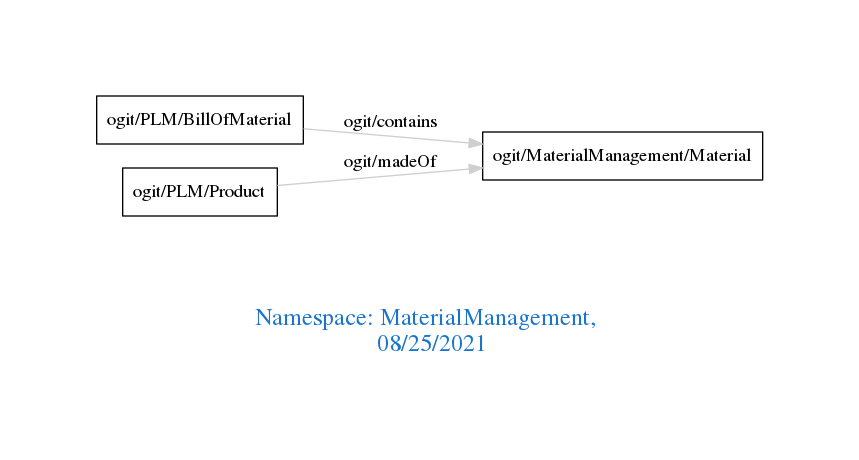
Earlier version of the Graphviz export downloads/MaterialManagement.png (arago/OGIT). Its source is kept beside it as downloads/MaterialManagement.dot.
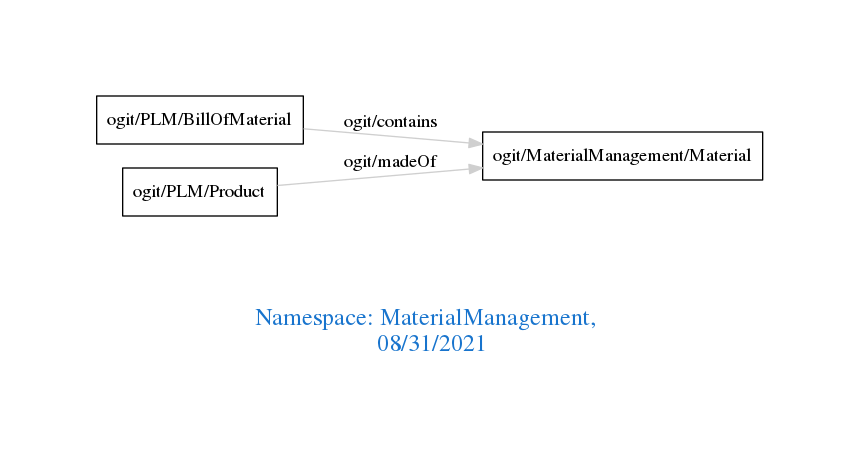
After the change.

Diff of the diagram source:
```diff
@@ -1,7 +1,7 @@
 digraph OGIT_ontology {
  graph [ rankdir= LR,pad=1
 fontsize = 18,
-fontcolor= dodgerblue3,label = "\n\n\nNamespace: MaterialManagement, \n 08/25/2021"];
+fontcolor= dodgerblue3,label = "\n\n\nNamespace: MaterialManagement, \n 08/31/2021"];
 node[shape=polygon];
 edge [  color="gray81"];
 
```
